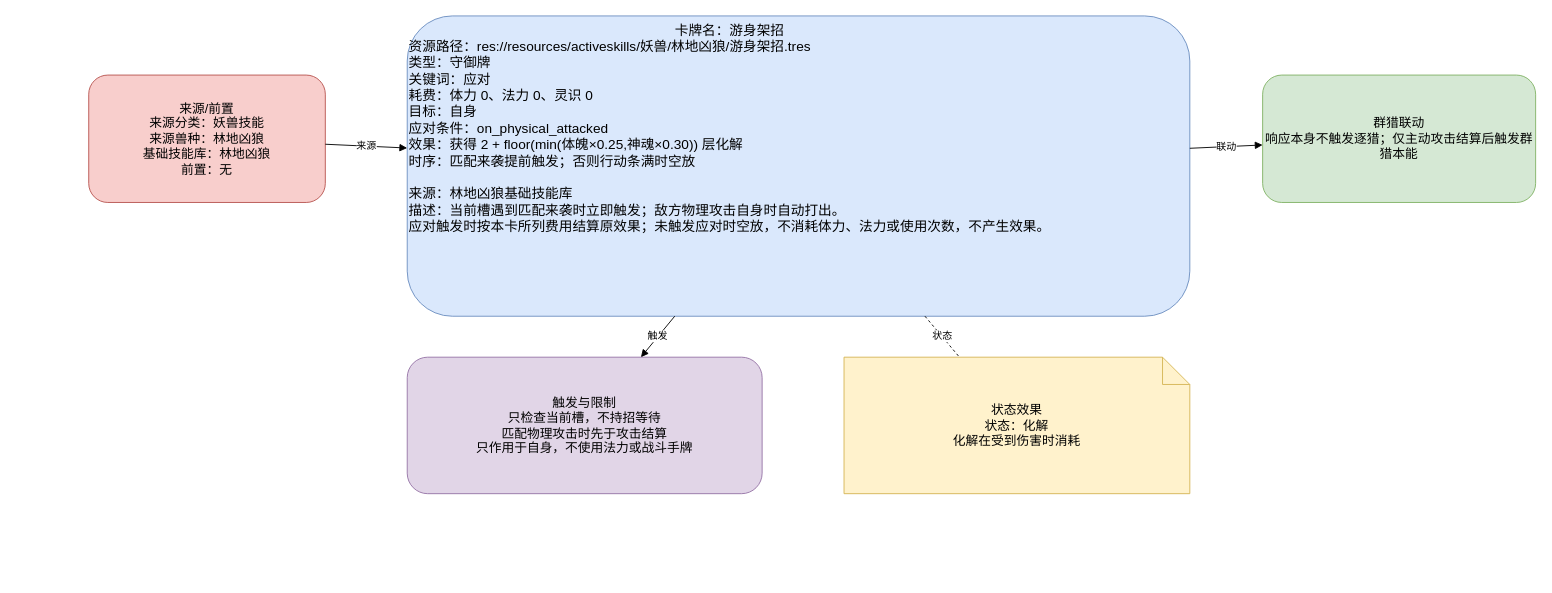
Above: page "游身架招" (1 of 2) of docs/卡牌词典/妖兽/林地凶狼/游身架招.drawio in ankundanetracyc-spec/tian-guan-you-du (draw.io), before the change. Source tidied: cells renumbered, new cells numbered last; positions are measured from the earlier drawing's top-left corner, leaving out a move shared by most shapes. Both pictures are drawn from the tidied source at 91%, with x=0, y=0 at pixel (88, 15).
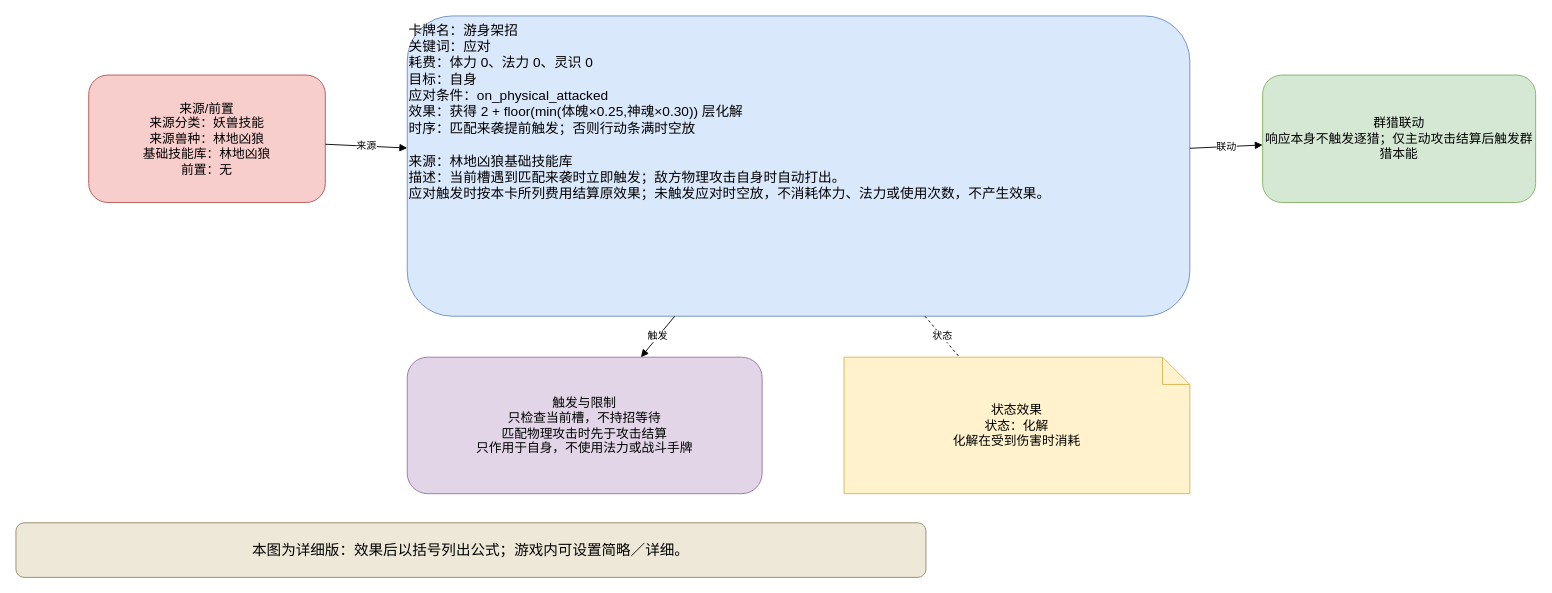
The same diagram, later.

The edit, as a diff of the source:
```diff
@@
 <mxGraphModel>
   <root>
     <mxCell id="0" />
     <mxCell id="1" parent="0" />
-    <mxCell id="2" value="&lt;div style=&quot;text-align:center;&quot;&gt;卡牌名：游身架招&lt;/div&gt;&lt;div style=&quot;text-align:left;&quot;&gt;资源路径：res://resources/activeskills/妖兽/林地凶狼/游身架招.tres&lt;br&gt;类型：守御牌&lt;br&gt;关键词：应对&lt;br&gt;耗费：体力 0、法力 0、灵识 0&lt;br&gt;目标：自身&lt;br&gt;应对条件：on_physical_attacked&lt;br&gt;效果：获得 2 + floor(min(体魄×0.25,神魂×0.30)) 层化解&lt;br&gt;时序：匹配来袭提前触发；否则行动条满时空放&lt;/div&gt;&lt;br&gt;来源：林地凶狼基础技能库&lt;br&gt;描述：当前槽遇到匹配来袭时立即触发；敌方物理攻击自身时自动打出。&lt;br&gt;应对触发时按本卡所列费用结算原效果；未触发应对时空放，不消耗体力、法力或使用次数，不产生效果。" style="rounded=1;whiteSpace=wrap;html=1;fillColor=#dae8fc;strokeColor=#6c8ebf;fontSize=15;align=left;verticalAlign=top;" parent="1" vertex="1">
+    <mxCell id="2" value="卡牌名：游身架招&#10;关键词：应对&#10;耗费：体力 0、法力 0、灵识 0&#10;目标：自身&#10;应对条件：on_physical_attacked&#10;效果：获得 2 + floor(min(体魄×0.25,神魂×0.30)) 层化解&#10;时序：匹配来袭提前触发；否则行动条满时空放&#10;&#10;来源：林地凶狼基础技能库&#10;描述：当前槽遇到匹配来袭时立即触发；敌方物理攻击自身时自动打出。&#10;应对触发时按本卡所列费用结算原效果；未触发应对时空放，不消耗体力、法力或使用次数，不产生效果。" style="rounded=1;whiteSpace=wrap;html=1;fillColor=#dae8fc;strokeColor=#6c8ebf;fontSize=15;align=left;verticalAlign=top;" parent="1" vertex="1">
       <mxGeometry x="350" width="860" height="330" as="geometry" />
     </mxCell>
     <mxCell id="3" value="来源/前置&#10;来源分类：妖兽技能&#10;来源兽种：林地凶狼&#10;基础技能库：林地凶狼&#10;前置：无" style="rounded=1;whiteSpace=wrap;html=1;fillColor=#f8cecc;strokeColor=#b85450;fontSize=14;" parent="1" vertex="1">
       <mxGeometry y="65" width="260" height="140" as="geometry" />
     </mxCell>
     <mxCell id="4" value="群猎联动&#10;响应本身不触发逐猎；仅主动攻击结算后触发群猎本能" style="rounded=1;whiteSpace=wrap;html=1;fillColor=#d5e8d4;strokeColor=#82b366;fontSize=14;" parent="1" vertex="1">
       <mxGeometry x="1290" y="65" width="300" height="140" as="geometry" />
     </mxCell>
     <mxCell id="5" value="触发与限制&#10;只检查当前槽，不持招等待&#10;匹配物理攻击时先于攻击结算&#10;只作用于自身，不使用法力或战斗手牌" style="rounded=1;whiteSpace=wrap;html=1;fillColor=#e1d5e7;strokeColor=#9673a6;fontSize=14;" parent="1" vertex="1">
       <mxGeometry x="350" y="375" width="390" height="150" as="geometry" />
     </mxCell>
     <mxCell id="6" value="状态效果&#10;状态：化解&#10;化解在受到伤害时消耗" style="shape=note;whiteSpace=wrap;html=1;fillColor=#fff2cc;strokeColor=#d6b656;fontSize=14;" parent="1" vertex="1">
       <mxGeometry x="830" y="375" width="380" height="150" as="geometry" />
     </mxCell>
     <mxCell id="7" value="来源" style="endArrow=block;html=1;rounded=0;" parent="1" edge="1" source="3" target="2">
       <mxGeometry relative="1" as="geometry" />
     </mxCell>
     <mxCell id="8" value="联动" style="endArrow=block;html=1;rounded=0;" parent="1" edge="1" source="2" target="4">
       <mxGeometry relative="1" as="geometry" />
     </mxCell>
     <mxCell id="9" value="触发" style="endArrow=block;html=1;rounded=0;" parent="1" edge="1" source="2" target="5">
       <mxGeometry relative="1" as="geometry" />
     </mxCell>
     <mxCell id="10" value="状态" style="endArrow=none;dashed=1;html=1;" parent="1" edge="1" source="2" target="6">
       <mxGeometry relative="1" as="geometry" />
     </mxCell>
+    <mxCell id="11" value="本图为详细版：效果后以括号列出公式；游戏内可设置简略／详细。" style="rounded=1;whiteSpace=wrap;html=1;fillColor=#eee8d8;strokeColor=#9a8967;fontSize=16;" parent="1" vertex="1">
+      <mxGeometry x="-80" y="557" width="1000" height="60" as="geometry" />
+    </mxCell>
   </root>
 </mxGraphModel>
```
